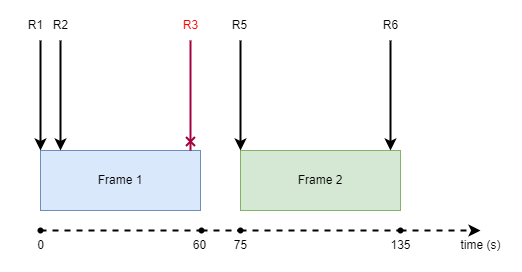
Above: blog/09_essential-modules-for-developing-applications-with-fastapi-p5/fixed-window-counter-example.png in pxuanbach/blog (draw.io), before the change. Source tidied: cells renumbered, new cells last; positions are measured from the earlier drawing's top-left corner, leaving out a move shared by most shapes. The source it was exported from:
```xml
<mxGraphModel>
  <root>
    <mxCell id="0" />
    <mxCell id="1" parent="0" />
    <mxCell id="2" style="rounded=0;whiteSpace=wrap;html=1;labelBackgroundColor=#E6E6E6;fontColor=default;strokeColor=none;" parent="1" vertex="1">
      <mxGeometry width="520" height="270" as="geometry" />
    </mxCell>
    <mxCell id="3" value="Frame 1" style="rounded=0;whiteSpace=wrap;html=1;fillColor=#dae8fc;strokeColor=#6c8ebf;fontColor=#000000;" parent="1" vertex="1">
      <mxGeometry x="40" y="150" width="160" height="60" as="geometry" />
    </mxCell>
    <mxCell id="4" value="Frame 2" style="rounded=0;whiteSpace=wrap;html=1;fillColor=#d5e8d4;strokeColor=#82b366;fontColor=#000000;" parent="1" vertex="1">
      <mxGeometry x="240" y="150" width="160" height="60" as="geometry" />
    </mxCell>
    <mxCell id="5" style="endArrow=classic;html=1;fontColor=#000000;strokeWidth=2;entryX=0;entryY=0;entryDx=0;entryDy=0;" parent="1" edge="1" target="3">
      <mxGeometry relative="1" as="geometry">
        <mxPoint x="40" y="40" as="sourcePoint" />
      </mxGeometry>
    </mxCell>
    <mxCell id="6" style="endArrow=classic;html=1;fontColor=#000000;entryX=0.25;entryY=0;entryDx=0;entryDy=0;strokeWidth=2;" parent="1" edge="1">
      <mxGeometry relative="1" as="geometry">
        <mxPoint x="60" y="40" as="sourcePoint" />
        <mxPoint x="60" y="150" as="targetPoint" />
      </mxGeometry>
    </mxCell>
    <mxCell id="7" style="endArrow=classic;html=1;fontColor=#000000;entryX=0.25;entryY=0;entryDx=0;entryDy=0;strokeWidth=2;" parent="1" edge="1">
      <mxGeometry relative="1" as="geometry">
        <mxPoint x="390" y="40" as="sourcePoint" />
        <mxPoint x="390" y="150" as="targetPoint" />
      </mxGeometry>
    </mxCell>
    <mxCell id="8" style="endArrow=classic;html=1;fontColor=#000000;entryX=0.25;entryY=0;entryDx=0;entryDy=0;strokeWidth=2;" parent="1" edge="1">
      <mxGeometry relative="1" as="geometry">
        <mxPoint x="240" y="40" as="sourcePoint" />
        <mxPoint x="240" y="150" as="targetPoint" />
      </mxGeometry>
    </mxCell>
    <mxCell id="9" style="endArrow=cross;html=1;fontColor=#000000;endFill=0;entryX=0.75;entryY=0;entryDx=0;entryDy=0;fillColor=#d80073;strokeColor=#A50040;strokeWidth=2;" parent="1" edge="1">
      <mxGeometry relative="1" as="geometry">
        <mxPoint x="190" y="40" as="sourcePoint" />
        <mxPoint x="190" y="150" as="targetPoint" />
      </mxGeometry>
    </mxCell>
    <mxCell id="10" style="endArrow=classic;html=1;strokeWidth=2;fontColor=#000000;dashed=1;startArrow=none;" parent="1" edge="1" source="16">
      <mxGeometry relative="1" as="geometry">
        <mxPoint x="480" y="230" as="targetPoint" />
      </mxGeometry>
    </mxCell>
    <mxCell id="11" style="endArrow=none;html=1;strokeWidth=2;fontColor=#000000;dashed=1;startArrow=none;" parent="1" edge="1" source="18" target="12">
      <mxGeometry relative="1" as="geometry" />
    </mxCell>
    <mxCell id="12" style="shape=waypoint;sketch=0;size=6;points=[];fillColor=none;perimeter=centerPerimeter;snapToPoint=1;fontColor=#FFFFFF;" parent="1" vertex="1">
      <mxGeometry x="191" y="220" width="20" height="20" as="geometry" />
    </mxCell>
    <mxCell id="13" style="endArrow=none;html=1;strokeWidth=2;fontColor=#000000;dashed=1;startArrow=none;" parent="1" edge="1" source="12" target="14">
      <mxGeometry relative="1" as="geometry" />
    </mxCell>
    <mxCell id="14" style="shape=waypoint;sketch=0;size=6;points=[];fillColor=none;perimeter=centerPerimeter;snapToPoint=1;fontColor=#FFFFFF;" parent="1" vertex="1">
      <mxGeometry x="230" y="220" width="20" height="20" as="geometry" />
    </mxCell>
    <mxCell id="15" style="endArrow=none;html=1;strokeWidth=2;fontColor=#000000;dashed=1;startArrow=none;" parent="1" edge="1" source="14" target="16">
      <mxGeometry relative="1" as="geometry" />
    </mxCell>
    <mxCell id="16" style="shape=waypoint;sketch=0;size=6;points=[];fillColor=none;perimeter=centerPerimeter;snapToPoint=1;fontColor=#FFFFFF;" parent="1" vertex="1">
      <mxGeometry x="390" y="220" width="20" height="20" as="geometry" />
    </mxCell>
    <mxCell id="17" style="endArrow=none;html=1;strokeWidth=2;fontColor=#000000;dashed=1;" parent="1" edge="1" target="18">
      <mxGeometry relative="1" as="geometry">
        <mxPoint x="40" y="230" as="sourcePoint" />
      </mxGeometry>
    </mxCell>
    <mxCell id="18" style="shape=waypoint;sketch=0;size=6;points=[];fillColor=none;perimeter=centerPerimeter;snapToPoint=1;fontColor=#FFFFFF;" parent="1" vertex="1">
      <mxGeometry x="30" y="220" width="20" height="20" as="geometry" />
    </mxCell>
    <mxCell id="19" value="0" style="text;html=1;align=center;verticalAlign=middle;strokeColor=none;fillColor=none;fontColor=default;labelBackgroundColor=none;" parent="1" vertex="1">
      <mxGeometry x="25" y="230" width="30" height="30" as="geometry" />
    </mxCell>
    <mxCell id="20" value="60" style="text;html=1;align=center;verticalAlign=middle;strokeColor=none;fillColor=none;fontColor=default;labelBackgroundColor=none;" parent="1" vertex="1">
      <mxGeometry x="179" y="230" width="40" height="30" as="geometry" />
    </mxCell>
    <mxCell id="21" value="75" style="text;html=1;align=center;verticalAlign=middle;strokeColor=none;fillColor=none;fontColor=default;labelBackgroundColor=none;" parent="1" vertex="1">
      <mxGeometry x="220" y="230" width="40" height="30" as="geometry" />
    </mxCell>
    <mxCell id="22" value="135" style="text;html=1;align=center;verticalAlign=middle;strokeColor=none;fillColor=none;fontColor=default;labelBackgroundColor=none;" parent="1" vertex="1">
      <mxGeometry x="380" y="230" width="40" height="30" as="geometry" />
    </mxCell>
    <mxCell id="23" value="time (s)" style="text;html=1;align=center;verticalAlign=middle;strokeColor=none;fillColor=none;fontColor=default;" parent="1" vertex="1">
      <mxGeometry x="450" y="230" width="60" height="30" as="geometry" />
    </mxCell>
    <mxCell id="24" value="R1" style="text;html=1;align=center;verticalAlign=middle;strokeColor=none;fillColor=none;fontColor=default;" parent="1" vertex="1">
      <mxGeometry x="15" y="10" width="40" height="30" as="geometry" />
    </mxCell>
    <mxCell id="25" value="R2" style="text;html=1;align=center;verticalAlign=middle;strokeColor=none;fillColor=none;fontColor=default;" parent="1" vertex="1">
      <mxGeometry x="40" y="10" width="40" height="30" as="geometry" />
    </mxCell>
    <mxCell id="26" value="R3" style="text;html=1;align=center;verticalAlign=middle;strokeColor=none;fillColor=none;fontColor=#FF0000;" parent="1" vertex="1">
      <mxGeometry x="170" y="10" width="40" height="30" as="geometry" />
    </mxCell>
    <mxCell id="27" value="R5" style="text;html=1;align=center;verticalAlign=middle;strokeColor=none;fillColor=none;fontColor=default;" parent="1" vertex="1">
      <mxGeometry x="219" y="10" width="40" height="30" as="geometry" />
    </mxCell>
    <mxCell id="28" value="R6" style="text;html=1;align=center;verticalAlign=middle;strokeColor=none;fillColor=none;fontColor=default;" parent="1" vertex="1">
      <mxGeometry x="370" y="10" width="40" height="30" as="geometry" />
    </mxCell>
  </root>
</mxGraphModel>
```
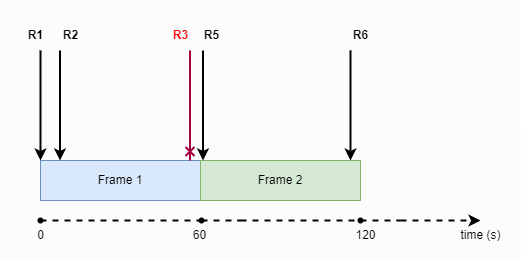
After the change.

What changed in the source:
```diff
@@ -2,46 +2,47 @@
   <root>
     <mxCell id="0" />
     <mxCell id="1" parent="0" />
-    <mxCell id="2" style="rounded=0;whiteSpace=wrap;html=1;labelBackgroundColor=#E6E6E6;fontColor=default;strokeColor=none;" parent="1" vertex="1">
-      <mxGeometry width="520" height="270" as="geometry" />
+    <mxCell id="2" style="rounded=0;whiteSpace=wrap;html=1;labelBackgroundColor=#E6E6E6;fontColor=default;strokeColor=none;fillColor=#FCFCFC;" parent="1" vertex="1">
+      <mxGeometry y="10" width="520" height="260" as="geometry" />
     </mxCell>
     <mxCell id="3" value="Frame 1" style="rounded=0;whiteSpace=wrap;html=1;fillColor=#dae8fc;strokeColor=#6c8ebf;fontColor=#000000;" parent="1" vertex="1">
-      <mxGeometry x="40" y="150" width="160" height="60" as="geometry" />
+      <mxGeometry x="40" y="170" width="160" height="40" as="geometry" />
     </mxCell>
     <mxCell id="4" value="Frame 2" style="rounded=0;whiteSpace=wrap;html=1;fillColor=#d5e8d4;strokeColor=#82b366;fontColor=#000000;" parent="1" vertex="1">
-      <mxGeometry x="240" y="150" width="160" height="60" as="geometry" />
+      <mxGeometry x="200" y="170" width="160" height="40" as="geometry" />
     </mxCell>
     <mxCell id="5" style="endArrow=classic;html=1;fontColor=#000000;strokeWidth=2;entryX=0;entryY=0;entryDx=0;entryDy=0;" parent="1" edge="1" target="3">
       <mxGeometry relative="1" as="geometry">
-        <mxPoint x="40" y="40" as="sourcePoint" />
+        <mxPoint x="40" y="60" as="sourcePoint" />
       </mxGeometry>
     </mxCell>
     <mxCell id="6" style="endArrow=classic;html=1;fontColor=#000000;entryX=0.25;entryY=0;entryDx=0;entryDy=0;strokeWidth=2;" parent="1" edge="1">
       <mxGeometry relative="1" as="geometry">
-        <mxPoint x="60" y="40" as="sourcePoint" />
-        <mxPoint x="60" y="150" as="targetPoint" />
+        <mxPoint x="59.5" y="60" as="sourcePoint" />
+        <mxPoint x="59.5" y="170" as="targetPoint" />
       </mxGeometry>
     </mxCell>
     <mxCell id="7" style="endArrow=classic;html=1;fontColor=#000000;entryX=0.25;entryY=0;entryDx=0;entryDy=0;strokeWidth=2;" parent="1" edge="1">
       <mxGeometry relative="1" as="geometry">
-        <mxPoint x="390" y="40" as="sourcePoint" />
-        <mxPoint x="390" y="150" as="targetPoint" />
+        <mxPoint x="350" y="60" as="sourcePoint" />
+        <mxPoint x="350" y="170" as="targetPoint" />
       </mxGeometry>
     </mxCell>
     <mxCell id="8" style="endArrow=classic;html=1;fontColor=#000000;entryX=0.25;entryY=0;entryDx=0;entryDy=0;strokeWidth=2;" parent="1" edge="1">
       <mxGeometry relative="1" as="geometry">
-        <mxPoint x="240" y="40" as="sourcePoint" />
-        <mxPoint x="240" y="150" as="targetPoint" />
+        <mxPoint x="202.5" y="60" as="sourcePoint" />
+        <mxPoint x="202.5" y="170" as="targetPoint" />
       </mxGeometry>
     </mxCell>
     <mxCell id="9" style="endArrow=cross;html=1;fontColor=#000000;endFill=0;entryX=0.75;entryY=0;entryDx=0;entryDy=0;fillColor=#d80073;strokeColor=#A50040;strokeWidth=2;" parent="1" edge="1">
       <mxGeometry relative="1" as="geometry">
-        <mxPoint x="190" y="40" as="sourcePoint" />
-        <mxPoint x="190" y="150" as="targetPoint" />
+        <mxPoint x="189.5" y="60" as="sourcePoint" />
+        <mxPoint x="189.5" y="170" as="targetPoint" />
       </mxGeometry>
     </mxCell>
-    <mxCell id="10" style="endArrow=classic;html=1;strokeWidth=2;fontColor=#000000;dashed=1;startArrow=none;" parent="1" edge="1" source="16">
+    <mxCell id="10" style="endArrow=classic;html=1;strokeWidth=2;fontColor=#000000;dashed=1;startArrow=none;" parent="1" edge="1">
       <mxGeometry relative="1" as="geometry">
+        <mxPoint x="400" y="230" as="sourcePoint" />
         <mxPoint x="480" y="230" as="targetPoint" />
       </mxGeometry>
     </mxCell>
@@ -51,18 +52,16 @@
     <mxCell id="12" style="shape=waypoint;sketch=0;size=6;points=[];fillColor=none;perimeter=centerPerimeter;snapToPoint=1;fontColor=#FFFFFF;" parent="1" vertex="1">
       <mxGeometry x="191" y="220" width="20" height="20" as="geometry" />
     </mxCell>
-    <mxCell id="13" style="endArrow=none;html=1;strokeWidth=2;fontColor=#000000;dashed=1;startArrow=none;" parent="1" edge="1" source="12" target="14">
-      <mxGeometry relative="1" as="geometry" />
+    <mxCell id="13" style="endArrow=none;html=1;strokeWidth=2;fontColor=#000000;dashed=1;startArrow=none;" parent="1" edge="1" source="12">
+      <mxGeometry relative="1" as="geometry">
+        <mxPoint x="240" y="230" as="targetPoint" />
+      </mxGeometry>
     </mxCell>
-    <mxCell id="14" style="shape=waypoint;sketch=0;size=6;points=[];fillColor=none;perimeter=centerPerimeter;snapToPoint=1;fontColor=#FFFFFF;" parent="1" vertex="1">
-      <mxGeometry x="230" y="220" width="20" height="20" as="geometry" />
-    </mxCell>
-    <mxCell id="15" style="endArrow=none;html=1;strokeWidth=2;fontColor=#000000;dashed=1;startArrow=none;" parent="1" edge="1" source="14" target="16">
-      <mxGeometry relative="1" as="geometry" />
+    <mxCell id="15" style="endArrow=none;html=1;strokeWidth=2;fontColor=#000000;dashed=1;startArrow=none;" parent="1" edge="1" source="30">
+      <mxGeometry relative="1" as="geometry">
+        <mxPoint x="400" y="230" as="targetPoint" />
+      </mxGeometry>
     </mxCell>
-    <mxCell id="16" style="shape=waypoint;sketch=0;size=6;points=[];fillColor=none;perimeter=centerPerimeter;snapToPoint=1;fontColor=#FFFFFF;" parent="1" vertex="1">
-      <mxGeometry x="390" y="220" width="20" height="20" as="geometry" />
-    </mxCell>
     <mxCell id="17" style="endArrow=none;html=1;strokeWidth=2;fontColor=#000000;dashed=1;" parent="1" edge="1" target="18">
       <mxGeometry relative="1" as="geometry">
         <mxPoint x="40" y="230" as="sourcePoint" />
@@ -77,29 +76,34 @@
     <mxCell id="20" value="60" style="text;html=1;align=center;verticalAlign=middle;strokeColor=none;fillColor=none;fontColor=default;labelBackgroundColor=none;" parent="1" vertex="1">
       <mxGeometry x="179" y="230" width="40" height="30" as="geometry" />
     </mxCell>
-    <mxCell id="21" value="75" style="text;html=1;align=center;verticalAlign=middle;strokeColor=none;fillColor=none;fontColor=default;labelBackgroundColor=none;" parent="1" vertex="1">
-      <mxGeometry x="220" y="230" width="40" height="30" as="geometry" />
-    </mxCell>
-    <mxCell id="22" value="135" style="text;html=1;align=center;verticalAlign=middle;strokeColor=none;fillColor=none;fontColor=default;labelBackgroundColor=none;" parent="1" vertex="1">
-      <mxGeometry x="380" y="230" width="40" height="30" as="geometry" />
+    <mxCell id="22" value="120" style="text;html=1;align=center;verticalAlign=middle;strokeColor=none;fillColor=none;fontColor=default;labelBackgroundColor=none;" parent="1" vertex="1">
+      <mxGeometry x="345" y="230" width="40" height="30" as="geometry" />
     </mxCell>
     <mxCell id="23" value="time (s)" style="text;html=1;align=center;verticalAlign=middle;strokeColor=none;fillColor=none;fontColor=default;" parent="1" vertex="1">
       <mxGeometry x="450" y="230" width="60" height="30" as="geometry" />
     </mxCell>
-    <mxCell id="24" value="R1" style="text;html=1;align=center;verticalAlign=middle;strokeColor=none;fillColor=none;fontColor=default;" parent="1" vertex="1">
-      <mxGeometry x="15" y="10" width="40" height="30" as="geometry" />
+    <mxCell id="24" value="R1" style="text;html=1;align=center;verticalAlign=middle;strokeColor=none;fillColor=none;fontColor=default;fontStyle=1;" parent="1" vertex="1">
+      <mxGeometry x="15" y="30" width="40" height="30" as="geometry" />
     </mxCell>
-    <mxCell id="25" value="R2" style="text;html=1;align=center;verticalAlign=middle;strokeColor=none;fillColor=none;fontColor=default;" parent="1" vertex="1">
-      <mxGeometry x="40" y="10" width="40" height="30" as="geometry" />
+    <mxCell id="25" value="R2" style="text;html=1;align=center;verticalAlign=middle;strokeColor=none;fillColor=none;fontColor=default;fontStyle=1;" parent="1" vertex="1">
+      <mxGeometry x="50" y="30" width="40" height="30" as="geometry" />
     </mxCell>
-    <mxCell id="26" value="R3" style="text;html=1;align=center;verticalAlign=middle;strokeColor=none;fillColor=none;fontColor=#FF0000;" parent="1" vertex="1">
-      <mxGeometry x="170" y="10" width="40" height="30" as="geometry" />
+    <mxCell id="26" value="R3" style="text;html=1;align=center;verticalAlign=middle;strokeColor=none;fillColor=none;fontColor=#FF0000;fontStyle=1;" parent="1" vertex="1">
+      <mxGeometry x="160" y="30" width="40" height="30" as="geometry" />
     </mxCell>
-    <mxCell id="27" value="R5" style="text;html=1;align=center;verticalAlign=middle;strokeColor=none;fillColor=none;fontColor=default;" parent="1" vertex="1">
-      <mxGeometry x="219" y="10" width="40" height="30" as="geometry" />
+    <mxCell id="27" value="R5" style="text;html=1;align=center;verticalAlign=middle;strokeColor=none;fillColor=none;fontColor=default;fontStyle=1;" parent="1" vertex="1">
+      <mxGeometry x="191" y="30" width="40" height="30" as="geometry" />
     </mxCell>
-    <mxCell id="28" value="R6" style="text;html=1;align=center;verticalAlign=middle;strokeColor=none;fillColor=none;fontColor=default;" parent="1" vertex="1">
-      <mxGeometry x="370" y="10" width="40" height="30" as="geometry" />
+    <mxCell id="28" value="R6" style="text;html=1;align=center;verticalAlign=middle;strokeColor=none;fillColor=none;fontColor=default;fontStyle=1;" parent="1" vertex="1">
+      <mxGeometry x="340" y="30" width="40" height="30" as="geometry" />
     </mxCell>
+    <mxCell id="29" style="endArrow=none;html=1;strokeWidth=2;fontColor=#000000;dashed=1;startArrow=none;" parent="1" edge="1" target="30">
+      <mxGeometry relative="1" as="geometry">
+        <mxPoint x="240" y="230" as="sourcePoint" />
+      </mxGeometry>
+    </mxCell>
+    <mxCell id="30" style="shape=waypoint;sketch=0;size=6;points=[];fillColor=none;perimeter=centerPerimeter;snapToPoint=1;" parent="1" vertex="1">
+      <mxGeometry x="350" y="220" width="20" height="20" as="geometry" />
+    </mxCell>
   </root>
 </mxGraphModel>
```
